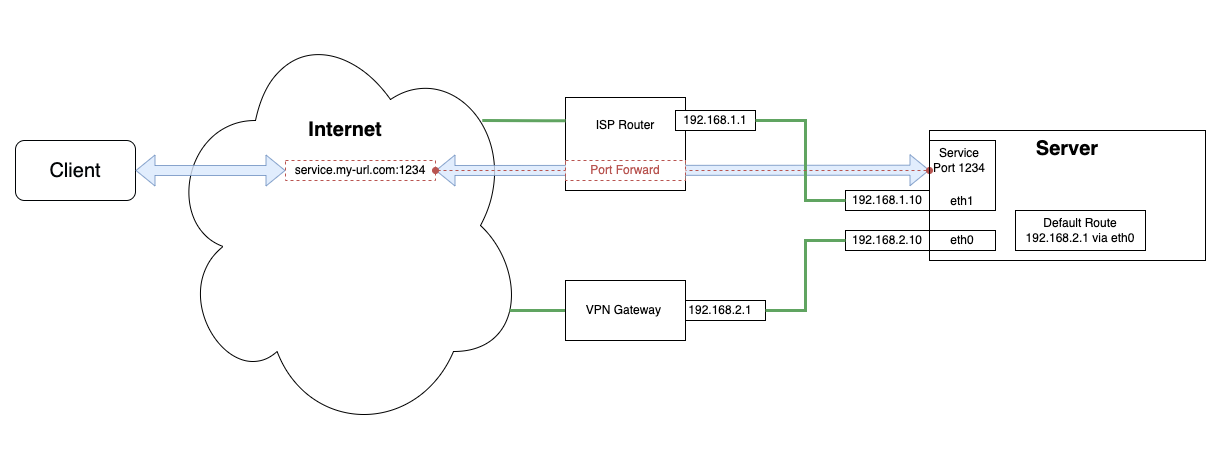
Earlier version of the draw.io export assets/wanted.png (mietzen/split-gateway). Source tidied: cells renumbered, new cells last; positions are measured from the earlier drawing's top-left corner, leaving out a move shared by most shapes.
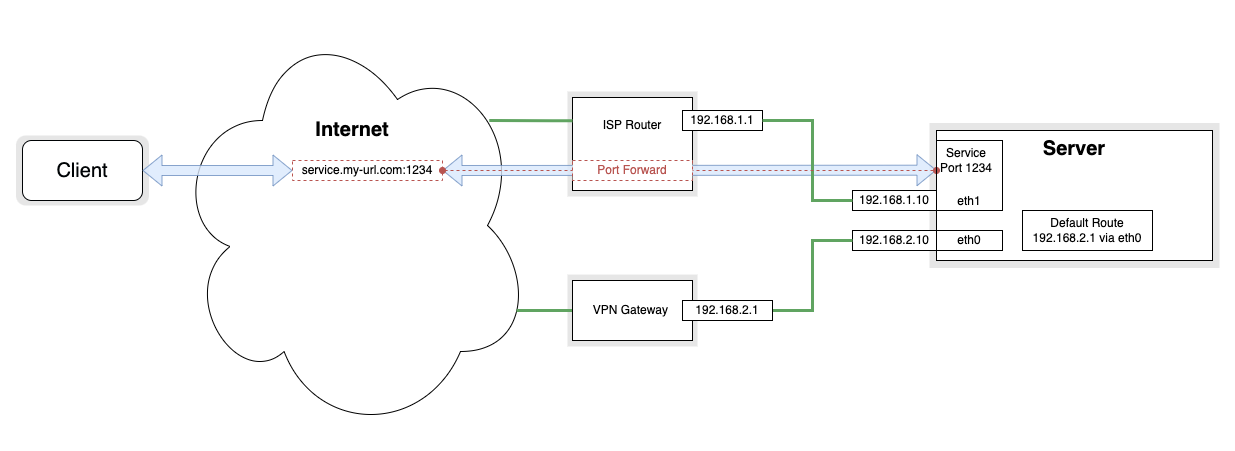
Above is the later version.

What changed in the source:
```diff
@@ -2,86 +2,98 @@
   <root>
     <mxCell id="0" />
     <mxCell id="1" parent="0" />
-    <mxCell id="2" value="&lt;br&gt;ISP Router" style="rounded=0;whiteSpace=wrap;html=1;verticalAlign=top;" parent="1" vertex="1">
-      <mxGeometry x="550" y="82" width="120" height="93" as="geometry" />
+    <mxCell id="2" style="rounded=1;whiteSpace=wrap;html=1;fontSize=20;fontColor=#000305;strokeColor=none;fillColor=#E6E6E6;arcSize=14;" parent="1" vertex="1">
+      <mxGeometry x="-6.5" y="120" width="133" height="70" as="geometry" />
     </mxCell>
-    <mxCell id="3" value="192.168.1.10" style="rounded=0;whiteSpace=wrap;html=1;" parent="1" vertex="1">
-      <mxGeometry x="830" y="175" width="84" height="20" as="geometry" />
+    <mxCell id="3" style="rounded=1;whiteSpace=wrap;html=1;fontSize=20;fontColor=#000305;strokeColor=none;fillColor=#E6E6E6;arcSize=0;" parent="1" vertex="1">
+      <mxGeometry x="545" y="76" width="130" height="105" as="geometry" />
     </mxCell>
-    <mxCell id="4" value="&lt;font style=&quot;font-size: 20px;&quot;&gt;&lt;br&gt;&lt;br&gt;&lt;br&gt;&lt;br&gt;&lt;b&gt;&lt;font style=&quot;font-size: 20px;&quot;&gt;Internet&lt;/font&gt;&lt;/b&gt;&lt;/font&gt;" style="ellipse;shape=cloud;whiteSpace=wrap;html=1;rounded=0;verticalAlign=top;" parent="1" vertex="1">
-      <mxGeometry x="150" width="360" height="420" as="geometry" />
+    <mxCell id="4" style="rounded=1;whiteSpace=wrap;html=1;fontSize=20;fontColor=#000305;strokeColor=none;fillColor=#E6E6E6;arcSize=0;" parent="1" vertex="1">
+      <mxGeometry x="545" y="259.1" width="130" height="71.9" as="geometry" />
     </mxCell>
-    <mxCell id="5" style="shape=flexArrow;endArrow=classic;html=1;rounded=0;fontSize=20;fontColor=#B85450;fillColor=#dae8fc;strokeColor=#6c8ebf;opacity=80;entryX=0;entryY=0.424;entryDx=0;entryDy=0;exitX=1;exitY=0.5;exitDx=0;exitDy=0;startArrow=block;entryPerimeter=0;" parent="1" edge="1" source="22" target="18">
-      <mxGeometry relative="1" as="geometry" />
+    <mxCell id="5" style="rounded=1;whiteSpace=wrap;html=1;fontSize=20;fontColor=#000305;strokeColor=none;fillColor=#E6E6E6;arcSize=0;" parent="1" vertex="1">
+      <mxGeometry x="907" y="107.5" width="290" height="145" as="geometry" />
     </mxCell>
-    <mxCell id="6" style="edgeStyle=orthogonalEdgeStyle;rounded=0;jettySize=auto;html=1;endArrow=none;endFill=0;entryX=0.88;entryY=0.25;entryDx=0;entryDy=0;entryPerimeter=0;exitX=0;exitY=0.25;exitDx=0;exitDy=0;strokeWidth=3;strokeColor=#60A461;" parent="1" edge="1" source="2" target="4">
-      <mxGeometry relative="1" as="geometry" />
+    <mxCell id="6" value="&lt;br&gt;ISP Router" style="rounded=0;whiteSpace=wrap;html=1;verticalAlign=top;" parent="1" vertex="1">
+      <mxGeometry x="550" y="82" width="120" height="93" as="geometry" />
     </mxCell>
-    <mxCell id="7" value="VPN Gateway&amp;nbsp;" style="rounded=0;whiteSpace=wrap;html=1;" parent="1" vertex="1">
-      <mxGeometry x="550" y="265" width="120" height="60" as="geometry" />
+    <mxCell id="7" value="192.168.1.10" style="rounded=0;whiteSpace=wrap;html=1;" parent="1" vertex="1">
+      <mxGeometry x="830" y="175" width="84" height="20" as="geometry" />
     </mxCell>
-    <mxCell id="8" value="&lt;b&gt;&lt;font style=&quot;font-size: 20px;&quot;&gt;Server&lt;/font&gt;&lt;/b&gt;" style="rounded=0;whiteSpace=wrap;html=1;align=center;verticalAlign=top;" parent="1" vertex="1">
-      <mxGeometry x="914" y="115" width="276" height="130" as="geometry" />
+    <mxCell id="8" value="&lt;font style=&quot;font-size: 20px;&quot;&gt;&lt;br&gt;&lt;br&gt;&lt;br&gt;&lt;br&gt;&lt;b&gt;&lt;font style=&quot;font-size: 20px;&quot;&gt;Internet&lt;/font&gt;&lt;/b&gt;&lt;/font&gt;" style="ellipse;shape=cloud;whiteSpace=wrap;html=1;rounded=0;verticalAlign=top;" parent="1" vertex="1">
+      <mxGeometry x="150" width="360" height="420" as="geometry" />
     </mxCell>
-    <mxCell id="9" value="192.168.1.1" style="rounded=0;whiteSpace=wrap;html=1;" parent="1" vertex="1">
-      <mxGeometry x="660" y="95" width="80" height="20" as="geometry" />
+    <mxCell id="9" style="shape=flexArrow;endArrow=classic;html=1;rounded=0;fontSize=20;fontColor=#B85450;fillColor=#dae8fc;strokeColor=#6c8ebf;opacity=80;entryX=0;entryY=0.424;entryDx=0;entryDy=0;exitX=1;exitY=0.5;exitDx=0;exitDy=0;startArrow=block;entryPerimeter=0;" parent="1" edge="1" source="25" target="21">
+      <mxGeometry relative="1" as="geometry" />
     </mxCell>
-    <mxCell id="10" value="192.168.2.10" style="rounded=0;whiteSpace=wrap;html=1;" parent="1" vertex="1">
-      <mxGeometry x="830" y="215" width="84" height="20" as="geometry" />
+    <mxCell id="10" style="edgeStyle=orthogonalEdgeStyle;rounded=0;jettySize=auto;html=1;endArrow=none;endFill=0;entryX=0.88;entryY=0.25;entryDx=0;entryDy=0;entryPerimeter=0;exitX=0;exitY=0.25;exitDx=0;exitDy=0;strokeWidth=3;strokeColor=#60A461;" parent="1" edge="1" source="6" target="8">
+      <mxGeometry relative="1" as="geometry" />
     </mxCell>
-    <mxCell id="11" value="192.168.2.1" style="rounded=0;whiteSpace=wrap;html=1;" parent="1" vertex="1">
-      <mxGeometry x="660" y="285" width="90" height="20" as="geometry" />
+    <mxCell id="11" value="VPN Gateway&amp;nbsp;" style="rounded=0;whiteSpace=wrap;html=1;" parent="1" vertex="1">
+      <mxGeometry x="550" y="265" width="120" height="60" as="geometry" />
     </mxCell>
-    <mxCell id="12" style="edgeStyle=orthogonalEdgeStyle;rounded=0;jettySize=auto;html=1;exitX=1;exitY=0.5;exitDx=0;exitDy=0;entryX=0;entryY=0.5;entryDx=0;entryDy=0;endArrow=none;endFill=0;strokeWidth=3;strokeColor=#60A461;" parent="1" edge="1" source="9" target="3">
-      <mxGeometry relative="1" as="geometry">
-        <Array as="points">
-          <mxPoint x="790" y="105" />
-          <mxPoint x="790" y="185" />
-        </Array>
-      </mxGeometry>
+    <mxCell id="12" value="&lt;b&gt;&lt;font style=&quot;font-size: 20px;&quot;&gt;Server&lt;/font&gt;&lt;/b&gt;" style="rounded=0;whiteSpace=wrap;html=1;align=center;verticalAlign=top;" parent="1" vertex="1">
+      <mxGeometry x="914" y="115" width="276" height="130" as="geometry" />
     </mxCell>
-    <mxCell id="13" style="edgeStyle=orthogonalEdgeStyle;rounded=0;jettySize=auto;html=1;exitX=0;exitY=0.5;exitDx=0;exitDy=0;entryX=1;entryY=0.5;entryDx=0;entryDy=0;endArrow=none;endFill=0;strokeWidth=3;strokeColor=#60A461;" parent="1" edge="1" source="10" target="11">
-      <mxGeometry relative="1" as="geometry" />
+    <mxCell id="13" value="192.168.1.1" style="rounded=0;whiteSpace=wrap;html=1;" parent="1" vertex="1">
+      <mxGeometry x="660" y="95" width="80" height="20" as="geometry" />
     </mxCell>
-    <mxCell id="14" value="Default Route&lt;br&gt;192.168.2.1 via eth0" style="text;html=1;strokeColor=default;fillColor=none;align=center;verticalAlign=middle;whiteSpace=wrap;rounded=0;" parent="1" vertex="1">
-      <mxGeometry x="1000" y="195" width="130" height="40" as="geometry" />
+    <mxCell id="14" value="192.168.2.10" style="rounded=0;whiteSpace=wrap;html=1;" parent="1" vertex="1">
+      <mxGeometry x="830" y="215" width="84" height="20" as="geometry" />
     </mxCell>
-    <mxCell id="15" value="Service&lt;br&gt;Port 1234" style="text;html=1;strokeColor=none;fillColor=none;align=center;verticalAlign=middle;whiteSpace=wrap;rounded=0;" parent="1" vertex="1">
-      <mxGeometry x="914" y="125" width="60" height="40" as="geometry" />
+    <mxCell id="15" style="edgeStyle=orthogonalEdgeStyle;rounded=0;jettySize=auto;html=1;exitX=1;exitY=0.5;exitDx=0;exitDy=0;entryX=0;entryY=0.5;entryDx=0;entryDy=0;endArrow=none;endFill=0;strokeWidth=3;strokeColor=#60A461;" parent="1" edge="1" source="13" target="7">
+      <mxGeometry relative="1" as="geometry">
+        <Array as="points">
+          <mxPoint x="790" y="105" />
+          <mxPoint x="790" y="185" />
+        </Array>
+      </mxGeometry>
     </mxCell>
-    <mxCell id="16" style="edgeStyle=orthogonalEdgeStyle;rounded=0;jettySize=auto;html=1;exitX=0;exitY=0.75;exitDx=0;exitDy=0;entryX=1;entryY=0.5;entryDx=0;entryDy=0;endArrow=oval;endFill=1;dashed=1;startArrow=oval;startFill=1;fillColor=#f8cecc;strokeColor=#b85450;" parent="1" edge="1" source="15" target="22">
+    <mxCell id="16" style="edgeStyle=orthogonalEdgeStyle;rounded=0;jettySize=auto;html=1;exitX=0;exitY=0.5;exitDx=0;exitDy=0;entryX=1;entryY=0.5;entryDx=0;entryDy=0;endArrow=none;endFill=0;strokeWidth=3;strokeColor=#60A461;" parent="1" edge="1" source="14" target="29">
       <mxGeometry relative="1" as="geometry" />
     </mxCell>
-    <mxCell id="17" value="eth0" style="text;html=1;strokeColor=default;fillColor=none;align=center;verticalAlign=middle;whiteSpace=wrap;rounded=0;" parent="1" vertex="1">
-      <mxGeometry x="914" y="215" width="66" height="20" as="geometry" />
+    <mxCell id="17" value="Default Route&lt;br&gt;192.168.2.1 via eth0" style="text;html=1;strokeColor=default;fillColor=none;align=center;verticalAlign=middle;whiteSpace=wrap;rounded=0;" parent="1" vertex="1">
+      <mxGeometry x="1000" y="195" width="130" height="40" as="geometry" />
     </mxCell>
-    <mxCell id="18" value="eth1" style="text;html=1;strokeColor=default;fillColor=none;align=center;verticalAlign=bottom;whiteSpace=wrap;rounded=0;" parent="1" vertex="1">
-      <mxGeometry x="914" y="125" width="66" height="70" as="geometry" />
+    <mxCell id="18" value="Service&lt;br&gt;Port 1234" style="text;html=1;strokeColor=none;fillColor=none;align=center;verticalAlign=middle;whiteSpace=wrap;rounded=0;" parent="1" vertex="1">
+      <mxGeometry x="914" y="125" width="60" height="40" as="geometry" />
     </mxCell>
-    <mxCell id="19" style="edgeStyle=orthogonalEdgeStyle;rounded=0;jettySize=auto;html=1;endArrow=none;endFill=0;exitX=0;exitY=0.5;exitDx=0;exitDy=0;strokeWidth=3;strokeColor=#60A461;" parent="1" edge="1" source="7">
-      <mxGeometry relative="1" as="geometry">
-        <mxPoint x="494" y="295" as="targetPoint" />
-      </mxGeometry>
+    <mxCell id="19" style="edgeStyle=orthogonalEdgeStyle;rounded=0;jettySize=auto;html=1;exitX=0;exitY=0.75;exitDx=0;exitDy=0;entryX=1;entryY=0.5;entryDx=0;entryDy=0;endArrow=oval;endFill=1;dashed=1;startArrow=oval;startFill=1;fillColor=#f8cecc;strokeColor=#b85450;" parent="1" edge="1" source="18" target="25">
+      <mxGeometry relative="1" as="geometry" />
     </mxCell>
-    <mxCell id="20" value="&lt;font color=&quot;#000305&quot;&gt;Client&lt;/font&gt;" style="rounded=1;whiteSpace=wrap;html=1;fontSize=20;fontColor=#B85450;strokeColor=#000305;fillColor=default;" parent="1" vertex="1">
-      <mxGeometry y="125" width="120" height="60" as="geometry" />
+    <mxCell id="20" value="eth0" style="text;html=1;strokeColor=default;fillColor=none;align=center;verticalAlign=middle;whiteSpace=wrap;rounded=0;" parent="1" vertex="1">
+      <mxGeometry x="914" y="215" width="66" height="20" as="geometry" />
     </mxCell>
-    <mxCell id="21" style="shape=flexArrow;endArrow=classic;html=1;rounded=0;fontSize=20;fontColor=#B85450;fillColor=#dae8fc;strokeColor=#6c8ebf;opacity=80;exitX=1;exitY=0.5;exitDx=0;exitDy=0;startArrow=block;" parent="1" edge="1" source="20">
-      <mxGeometry relative="1" as="geometry">
-        <mxPoint x="270" y="155" as="targetPoint" />
-      </mxGeometry>
+    <mxCell id="21" value="eth1" style="text;html=1;strokeColor=default;fillColor=none;align=center;verticalAlign=bottom;whiteSpace=wrap;rounded=0;" parent="1" vertex="1">
+      <mxGeometry x="914" y="125" width="66" height="70" as="geometry" />
     </mxCell>
-    <mxCell id="22" value="service.my-url.com:1234" style="text;html=1;strokeColor=#B85450;fillColor=none;align=center;verticalAlign=middle;whiteSpace=wrap;rounded=0;dashed=1;" parent="1" vertex="1">
-      <mxGeometry x="270" y="145" width="150" height="20" as="geometry" />
+    <mxCell id="22" style="edgeStyle=orthogonalEdgeStyle;rounded=0;jettySize=auto;html=1;endArrow=none;endFill=0;exitX=0;exitY=0.5;exitDx=0;exitDy=0;strokeWidth=3;strokeColor=#60A461;" parent="1" edge="1" source="11">
+      <mxGeometry relative="1" as="geometry">
+        <mxPoint x="494" y="295" as="targetPoint" />
+      </mxGeometry>
     </mxCell>
-    <mxCell id="23" value="VPN Gateway&amp;nbsp;" style="rounded=0;whiteSpace=wrap;html=1;" parent="1" vertex="1">
-      <mxGeometry x="550" y="265" width="120" height="60" as="geometry" />
+    <mxCell id="23" value="&lt;font color=&quot;#000305&quot;&gt;Client&lt;/font&gt;" style="rounded=1;whiteSpace=wrap;html=1;fontSize=20;fontColor=#B85450;strokeColor=#000305;fillColor=default;" parent="1" vertex="1">
+      <mxGeometry y="125" width="120" height="60" as="geometry" />
     </mxCell>
-    <mxCell id="24" value="VPN Gateway&amp;nbsp;" style="rounded=0;whiteSpace=wrap;html=1;" parent="1" vertex="1">
-      <mxGeometry x="550" y="265" width="120" height="60" as="geometry" />
+    <mxCell id="24" style="shape=flexArrow;endArrow=classic;html=1;rounded=0;fontSize=20;fontColor=#B85450;fillColor=#dae8fc;strokeColor=#6c8ebf;opacity=80;exitX=1;exitY=0.5;exitDx=0;exitDy=0;startArrow=block;" parent="1" edge="1" source="23">
+      <mxGeometry relative="1" as="geometry">
+        <mxPoint x="270" y="155" as="targetPoint" />
+      </mxGeometry>
     </mxCell>
-    <mxCell id="25" value="&lt;font color=&quot;#b85450&quot;&gt;Port Forward&lt;/font&gt;" style="rounded=0;whiteSpace=wrap;html=1;dashed=1;strokeColor=#B85450;fillColor=default;" parent="1" vertex="1">
-      <mxGeometry x="550" y="145" width="120" height="20" as="geometry" />
+    <mxCell id="25" value="service.my-url.com:1234" style="text;html=1;strokeColor=#B85450;fillColor=none;align=center;verticalAlign=middle;whiteSpace=wrap;rounded=0;dashed=1;" parent="1" vertex="1">
+      <mxGeometry x="270" y="145" width="150" height="20" as="geometry" />
     </mxCell>
+    <mxCell id="26" value="VPN Gateway&amp;nbsp;" style="rounded=0;whiteSpace=wrap;html=1;" parent="1" vertex="1">
+      <mxGeometry x="550" y="265" width="120" height="60" as="geometry" />
+    </mxCell>
+    <mxCell id="27" value="VPN Gateway&amp;nbsp;" style="rounded=0;whiteSpace=wrap;html=1;" parent="1" vertex="1">
+      <mxGeometry x="550" y="265" width="120" height="60" as="geometry" />
+    </mxCell>
+    <mxCell id="28" value="&lt;font color=&quot;#b85450&quot;&gt;Port Forward&lt;/font&gt;" style="rounded=0;whiteSpace=wrap;html=1;dashed=1;strokeColor=#B85450;fillColor=default;" parent="1" vertex="1">
+      <mxGeometry x="550" y="145" width="120" height="20" as="geometry" />
+    </mxCell>
+    <mxCell id="29" value="192.168.2.1" style="rounded=0;whiteSpace=wrap;html=1;" parent="1" vertex="1">
+      <mxGeometry x="660" y="285" width="90" height="20" as="geometry" />
+    </mxCell>
   </root>
 </mxGraphModel>
```
